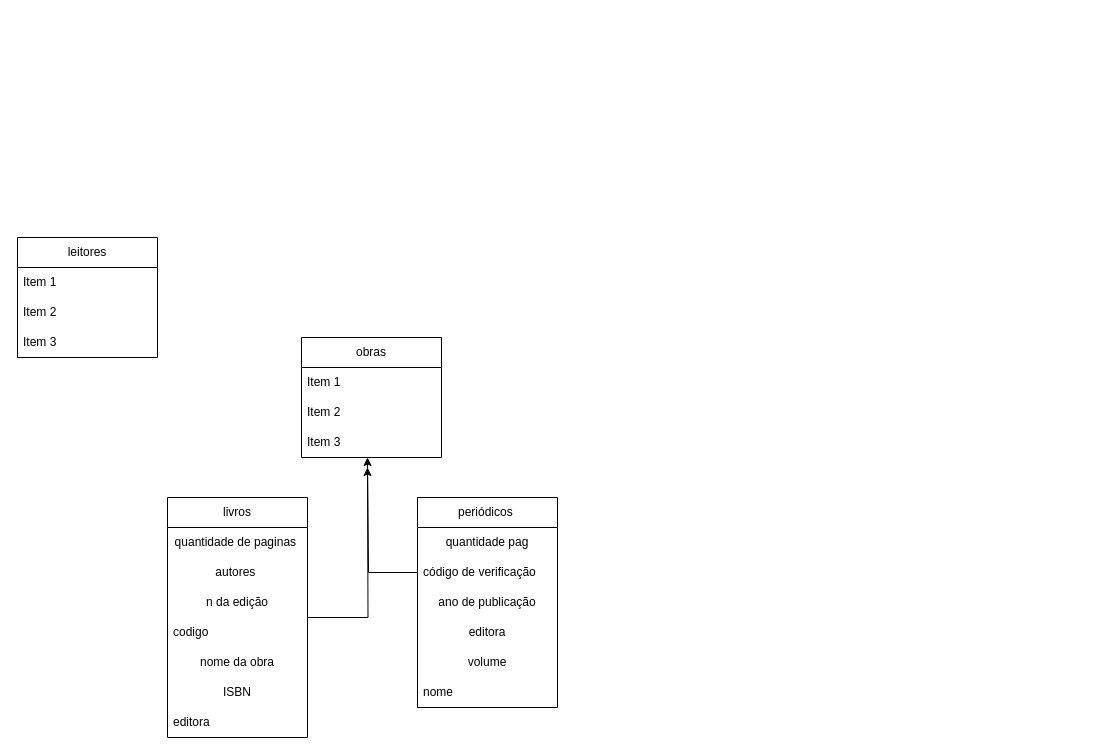
Above: page "22" (9 of 10) of pré-g2.drawio in livramos/Modelagem-de-Dados- (draw.io), before the change. Source tidied: cells renumbered, new cells numbered last; positions are measured from the earlier drawing's top-left corner, leaving out a move shared by most shapes. Both pictures are drawn from the tidied source at 100%, with x=0, y=0 at pixel (17, 237).
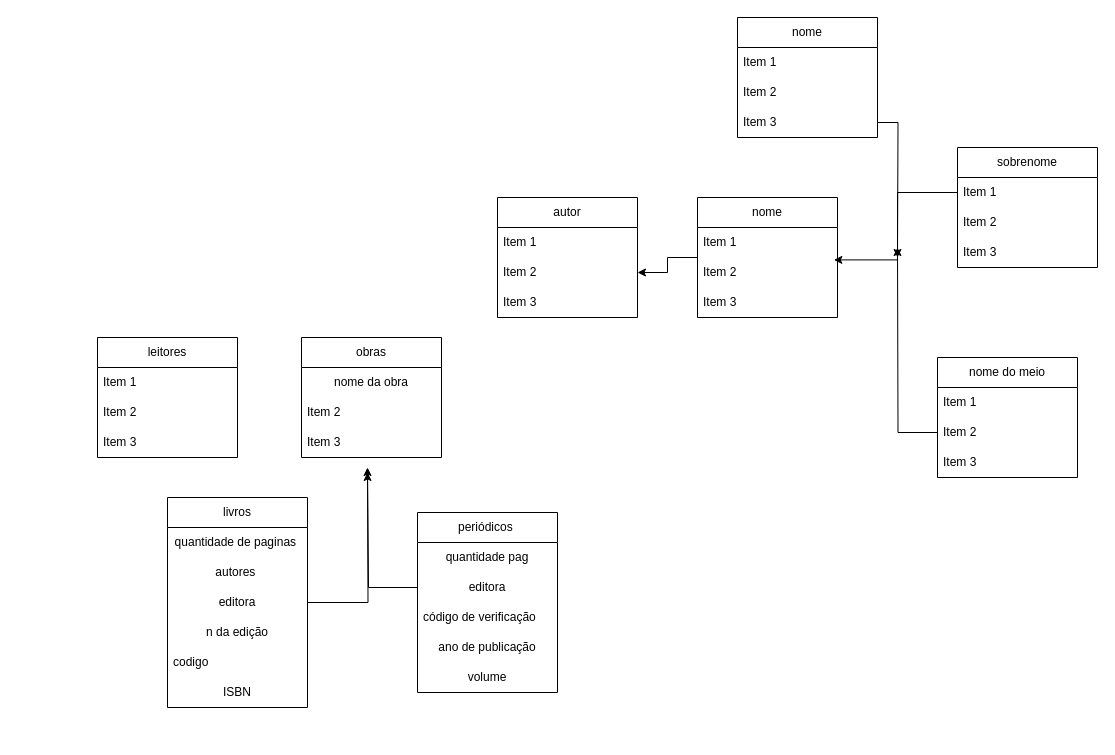
After the change.

Unchanged cells that the change refers to:
```xml
<mxCell id="6" value="obras" style="swimlane;fontStyle=0;horizontal=1;startSize=30;whiteSpace=wrap;html=1;" parent="1" vertex="1">
  <mxGeometry x="284" y="100" width="140" height="120" as="geometry" />
</mxCell>
```

Change to the diagram source:
```diff
@@
     <mxCell id="2" value="leitores" style="swimlane;fontStyle=0;horizontal=1;startSize=30;whiteSpace=wrap;html=1;" parent="1" vertex="1">
-      <mxGeometry width="140" height="120" as="geometry" />
+      <mxGeometry x="80" y="100" width="140" height="120" as="geometry" />
     </mxCell>
@@
-    <mxCell id="7" value="Item 1" style="text;strokeColor=none;fillColor=none;align=left;verticalAlign=middle;spacingLeft=4;spacingRight=4;overflow=hidden;whiteSpace=wrap;html=1;" parent="6" vertex="1">
-      <mxGeometry y="30" width="140" height="30" as="geometry" />
-    </mxCell>
+    <mxCell id="16" value="nome da obra" style="text;html=1;align=center;verticalAlign=middle;whiteSpace=wrap;rounded=0;" parent="6" vertex="1">
+      <mxGeometry y="30" width="140" height="30" as="geometry" />
+    </mxCell>
@@
     <mxCell id="11" value="livros" style="swimlane;fontStyle=0;horizontal=1;startSize=30;whiteSpace=wrap;html=1;" parent="1" vertex="1">
-      <mxGeometry x="150" y="260" width="140" height="240" as="geometry" />
+      <mxGeometry x="150" y="260" width="140" height="210" as="geometry" />
     </mxCell>
@@
+    <mxCell id="24" value="editora" style="text;html=1;align=center;verticalAlign=middle;whiteSpace=wrap;rounded=0;" parent="11" vertex="1">
+      <mxGeometry y="90" width="140" height="30" as="geometry" />
+    </mxCell>
     <mxCell id="14" value="n da edição" style="text;html=1;align=center;verticalAlign=middle;whiteSpace=wrap;rounded=0;" parent="11" vertex="1">
-      <mxGeometry y="90" width="140" height="30" as="geometry" />
+      <mxGeometry y="120" width="140" height="30" as="geometry" />
     </mxCell>
     <mxCell id="15" value="codigo" style="text;strokeColor=none;fillColor=none;align=left;verticalAlign=middle;spacingLeft=4;spacingRight=4;overflow=hidden;whiteSpace=wrap;html=1;" parent="11" vertex="1">
-      <mxGeometry y="120" width="140" height="30" as="geometry" />
+      <mxGeometry y="150" width="140" height="30" as="geometry" />
     </mxCell>
-    <mxCell id="16" value="nome da obra" style="text;html=1;align=center;verticalAlign=middle;whiteSpace=wrap;rounded=0;" parent="11" vertex="1">
-      <mxGeometry y="150" width="140" height="30" as="geometry" />
-    </mxCell>
@@
-    <mxCell id="18" value="editora" style="text;strokeColor=none;fillColor=none;align=left;verticalAlign=middle;spacingLeft=4;spacingRight=4;overflow=hidden;whiteSpace=wrap;html=1;" parent="11" vertex="1">
-      <mxGeometry y="210" width="140" height="30" as="geometry" />
-    </mxCell>
     <mxCell id="19" value="periódicos&amp;nbsp;" style="swimlane;fontStyle=0;horizontal=1;startSize=30;whiteSpace=wrap;html=1;" parent="1" vertex="1">
-      <mxGeometry x="400" y="260" width="140" height="210" as="geometry" />
+      <mxGeometry x="400" y="275" width="140" height="180" as="geometry" />
     </mxCell>
@@
+    <mxCell id="18" value="editora" style="text;html=1;align=center;verticalAlign=middle;whiteSpace=wrap;rounded=0;" parent="19" vertex="1">
+      <mxGeometry y="60" width="140" height="30" as="geometry" />
+    </mxCell>
     <mxCell id="21" value="código de verificação" style="text;strokeColor=none;fillColor=none;align=left;verticalAlign=middle;spacingLeft=4;spacingRight=4;overflow=hidden;whiteSpace=wrap;html=1;" parent="19" vertex="1">
-      <mxGeometry y="60" width="140" height="30" as="geometry" />
+      <mxGeometry y="90" width="140" height="30" as="geometry" />
     </mxCell>
@@
     <mxCell id="23" value="ano de publicação" style="text;html=1;align=center;verticalAlign=middle;whiteSpace=wrap;rounded=0;" parent="19" vertex="1">
-      <mxGeometry y="90" width="140" height="30" as="geometry" />
+      <mxGeometry y="120" width="140" height="30" as="geometry" />
     </mxCell>
-    <mxCell id="24" value="editora" style="text;html=1;align=center;verticalAlign=middle;whiteSpace=wrap;rounded=0;" parent="19" vertex="1">
-      <mxGeometry y="120" width="140" height="30" as="geometry" />
-    </mxCell>
@@
-    <mxCell id="26" value="nome" style="text;strokeColor=none;fillColor=none;align=left;verticalAlign=middle;spacingLeft=4;spacingRight=4;overflow=hidden;whiteSpace=wrap;html=1;" parent="19" vertex="1">
-      <mxGeometry y="180" width="140" height="30" as="geometry" />
-    </mxCell>
+    <mxCell id="27" value="autor" style="swimlane;fontStyle=0;horizontal=1;startSize=30;whiteSpace=wrap;html=1;" parent="1" vertex="1">
+      <mxGeometry x="480" y="-40" width="140" height="120" as="geometry" />
+    </mxCell>
+    <mxCell id="28" value="Item 1" style="text;strokeColor=none;fillColor=none;align=left;verticalAlign=middle;spacingLeft=4;spacingRight=4;overflow=hidden;whiteSpace=wrap;html=1;" parent="27" vertex="1">
+      <mxGeometry y="30" width="140" height="30" as="geometry" />
+    </mxCell>
+    <mxCell id="29" value="Item 2" style="text;strokeColor=none;fillColor=none;align=left;verticalAlign=middle;spacingLeft=4;spacingRight=4;overflow=hidden;points=[[0,0.5],[1,0.5]];portConstraint=eastwest;whiteSpace=wrap;html=1;" parent="27" vertex="1">
+      <mxGeometry y="60" width="140" height="30" as="geometry" />
+    </mxCell>
+    <mxCell id="30" value="Item 3" style="text;strokeColor=none;fillColor=none;align=left;verticalAlign=middle;spacingLeft=4;spacingRight=4;overflow=hidden;whiteSpace=wrap;html=1;" parent="27" vertex="1">
+      <mxGeometry y="90" width="140" height="30" as="geometry" />
+    </mxCell>
+    <mxCell id="31" style="edgeStyle=orthogonalEdgeStyle;rounded=0;jettySize=auto;html=1;" parent="1" edge="1" source="32" target="29">
+      <mxGeometry relative="1" as="geometry" />
+    </mxCell>
+    <mxCell id="32" value="nome" style="swimlane;fontStyle=0;horizontal=1;startSize=30;whiteSpace=wrap;html=1;" parent="1" vertex="1">
+      <mxGeometry x="680" y="-40" width="140" height="120" as="geometry" />
+    </mxCell>
+    <mxCell id="33" value="Item 1" style="text;strokeColor=none;fillColor=none;align=left;verticalAlign=middle;spacingLeft=4;spacingRight=4;overflow=hidden;whiteSpace=wrap;html=1;" parent="32" vertex="1">
+      <mxGeometry y="30" width="140" height="30" as="geometry" />
+    </mxCell>
+    <mxCell id="34" value="Item 2" style="text;strokeColor=none;fillColor=none;align=left;verticalAlign=middle;spacingLeft=4;spacingRight=4;overflow=hidden;points=[[0,0.5],[1,0.5]];portConstraint=eastwest;whiteSpace=wrap;html=1;" parent="32" vertex="1">
+      <mxGeometry y="60" width="140" height="30" as="geometry" />
+    </mxCell>
+    <mxCell id="35" value="Item 3" style="text;strokeColor=none;fillColor=none;align=left;verticalAlign=middle;spacingLeft=4;spacingRight=4;overflow=hidden;whiteSpace=wrap;html=1;" parent="32" vertex="1">
+      <mxGeometry y="90" width="140" height="30" as="geometry" />
+    </mxCell>
+    <mxCell id="36" value="nome" style="swimlane;fontStyle=0;horizontal=1;startSize=30;whiteSpace=wrap;html=1;" parent="1" vertex="1">
+      <mxGeometry x="720" y="-220" width="140" height="120" as="geometry" />
+    </mxCell>
+    <mxCell id="37" value="Item 1" style="text;strokeColor=none;fillColor=none;align=left;verticalAlign=middle;spacingLeft=4;spacingRight=4;overflow=hidden;whiteSpace=wrap;html=1;" parent="36" vertex="1">
+      <mxGeometry y="30" width="140" height="30" as="geometry" />
+    </mxCell>
+    <mxCell id="38" value="Item 2" style="text;strokeColor=none;fillColor=none;align=left;verticalAlign=middle;spacingLeft=4;spacingRight=4;overflow=hidden;whiteSpace=wrap;html=1;" parent="36" vertex="1">
+      <mxGeometry y="60" width="140" height="30" as="geometry" />
+    </mxCell>
+    <mxCell id="39" style="edgeStyle=orthogonalEdgeStyle;rounded=0;jettySize=auto;html=1;" parent="36" edge="1" source="40">
+      <mxGeometry relative="1" as="geometry">
+        <mxPoint x="160" y="240" as="targetPoint" />
+      </mxGeometry>
+    </mxCell>
+    <mxCell id="40" value="Item 3" style="text;strokeColor=none;fillColor=none;align=left;verticalAlign=middle;spacingLeft=4;spacingRight=4;overflow=hidden;points=[[0,0.5],[1,0.5]];portConstraint=eastwest;whiteSpace=wrap;html=1;" parent="36" vertex="1">
+      <mxGeometry y="90" width="140" height="30" as="geometry" />
+    </mxCell>
+    <mxCell id="41" value="sobrenome" style="swimlane;fontStyle=0;horizontal=1;startSize=30;whiteSpace=wrap;html=1;" parent="1" vertex="1">
+      <mxGeometry x="940" y="-90" width="140" height="120" as="geometry" />
+    </mxCell>
+    <mxCell id="42" value="Item 1" style="text;strokeColor=none;fillColor=none;align=left;verticalAlign=middle;spacingLeft=4;spacingRight=4;overflow=hidden;points=[[0,0.5],[1,0.5]];portConstraint=eastwest;whiteSpace=wrap;html=1;" parent="41" vertex="1">
+      <mxGeometry y="30" width="140" height="30" as="geometry" />
+    </mxCell>
+    <mxCell id="43" value="Item 2" style="text;strokeColor=none;fillColor=none;align=left;verticalAlign=middle;spacingLeft=4;spacingRight=4;overflow=hidden;whiteSpace=wrap;html=1;" parent="41" vertex="1">
+      <mxGeometry y="60" width="140" height="30" as="geometry" />
+    </mxCell>
+    <mxCell id="44" value="Item 3" style="text;strokeColor=none;fillColor=none;align=left;verticalAlign=middle;spacingLeft=4;spacingRight=4;overflow=hidden;whiteSpace=wrap;html=1;" parent="41" vertex="1">
+      <mxGeometry y="90" width="140" height="30" as="geometry" />
+    </mxCell>
+    <mxCell id="45" value="nome do meio" style="swimlane;fontStyle=0;horizontal=1;startSize=30;whiteSpace=wrap;html=1;" parent="1" vertex="1">
+      <mxGeometry x="920" y="120" width="140" height="120" as="geometry" />
+    </mxCell>
+    <mxCell id="46" value="Item 1" style="text;strokeColor=none;fillColor=none;align=left;verticalAlign=middle;spacingLeft=4;spacingRight=4;overflow=hidden;whiteSpace=wrap;html=1;" parent="45" vertex="1">
+      <mxGeometry y="30" width="140" height="30" as="geometry" />
+    </mxCell>
+    <mxCell id="47" value="Item 2" style="text;strokeColor=none;fillColor=none;align=left;verticalAlign=middle;spacingLeft=4;spacingRight=4;overflow=hidden;points=[[0,0.5],[1,0.5]];portConstraint=eastwest;whiteSpace=wrap;html=1;" parent="45" vertex="1">
+      <mxGeometry y="60" width="140" height="30" as="geometry" />
+    </mxCell>
+    <mxCell id="48" value="Item 3" style="text;strokeColor=none;fillColor=none;align=left;verticalAlign=middle;spacingLeft=4;spacingRight=4;overflow=hidden;whiteSpace=wrap;html=1;" parent="45" vertex="1">
+      <mxGeometry y="90" width="140" height="30" as="geometry" />
+    </mxCell>
+    <mxCell id="49" style="edgeStyle=orthogonalEdgeStyle;rounded=0;jettySize=auto;html=1;" parent="1" edge="1" source="47">
+      <mxGeometry relative="1" as="geometry">
+        <mxPoint x="880" y="10" as="targetPoint" />
+      </mxGeometry>
+    </mxCell>
+    <mxCell id="50" style="edgeStyle=orthogonalEdgeStyle;rounded=0;jettySize=auto;html=1;entryX=0.974;entryY=0.08;entryDx=0;entryDy=0;entryPerimeter=0;" parent="1" edge="1" source="42" target="34">
+      <mxGeometry relative="1" as="geometry" />
+    </mxCell>
```
